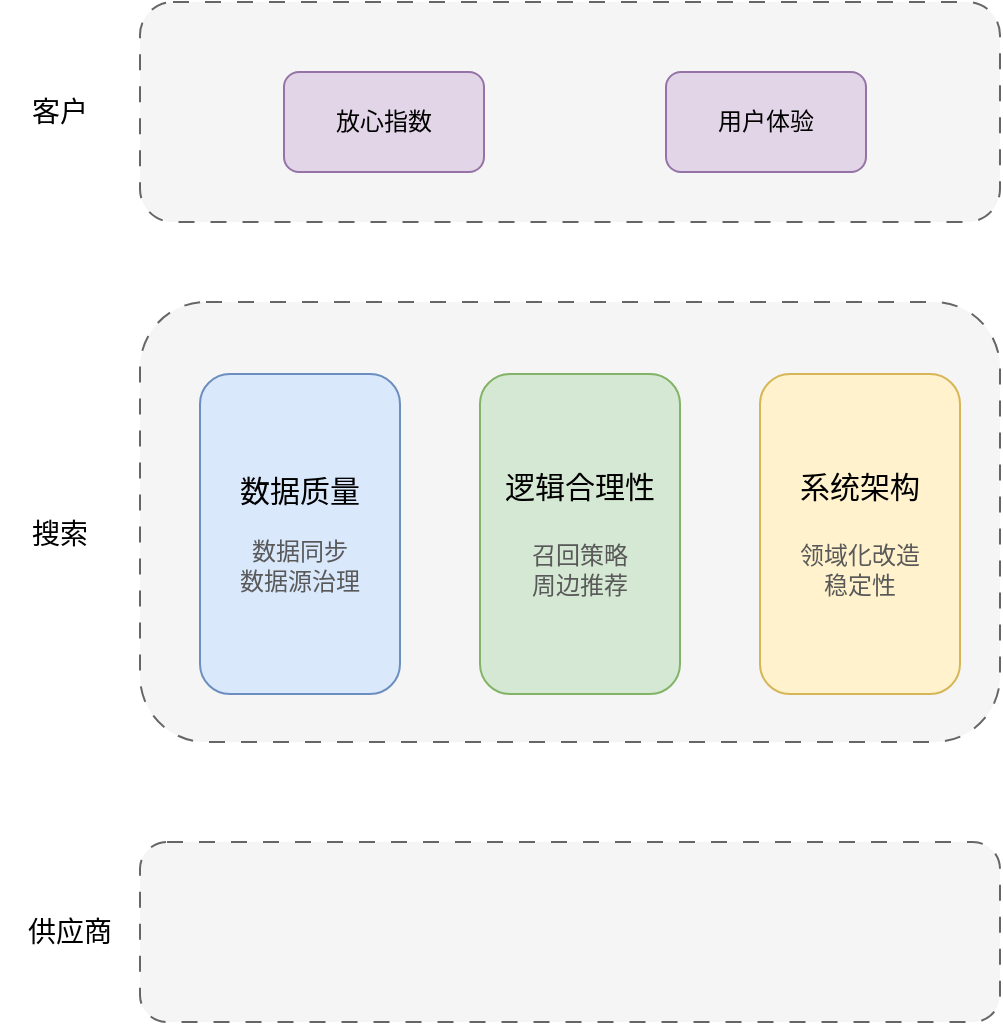
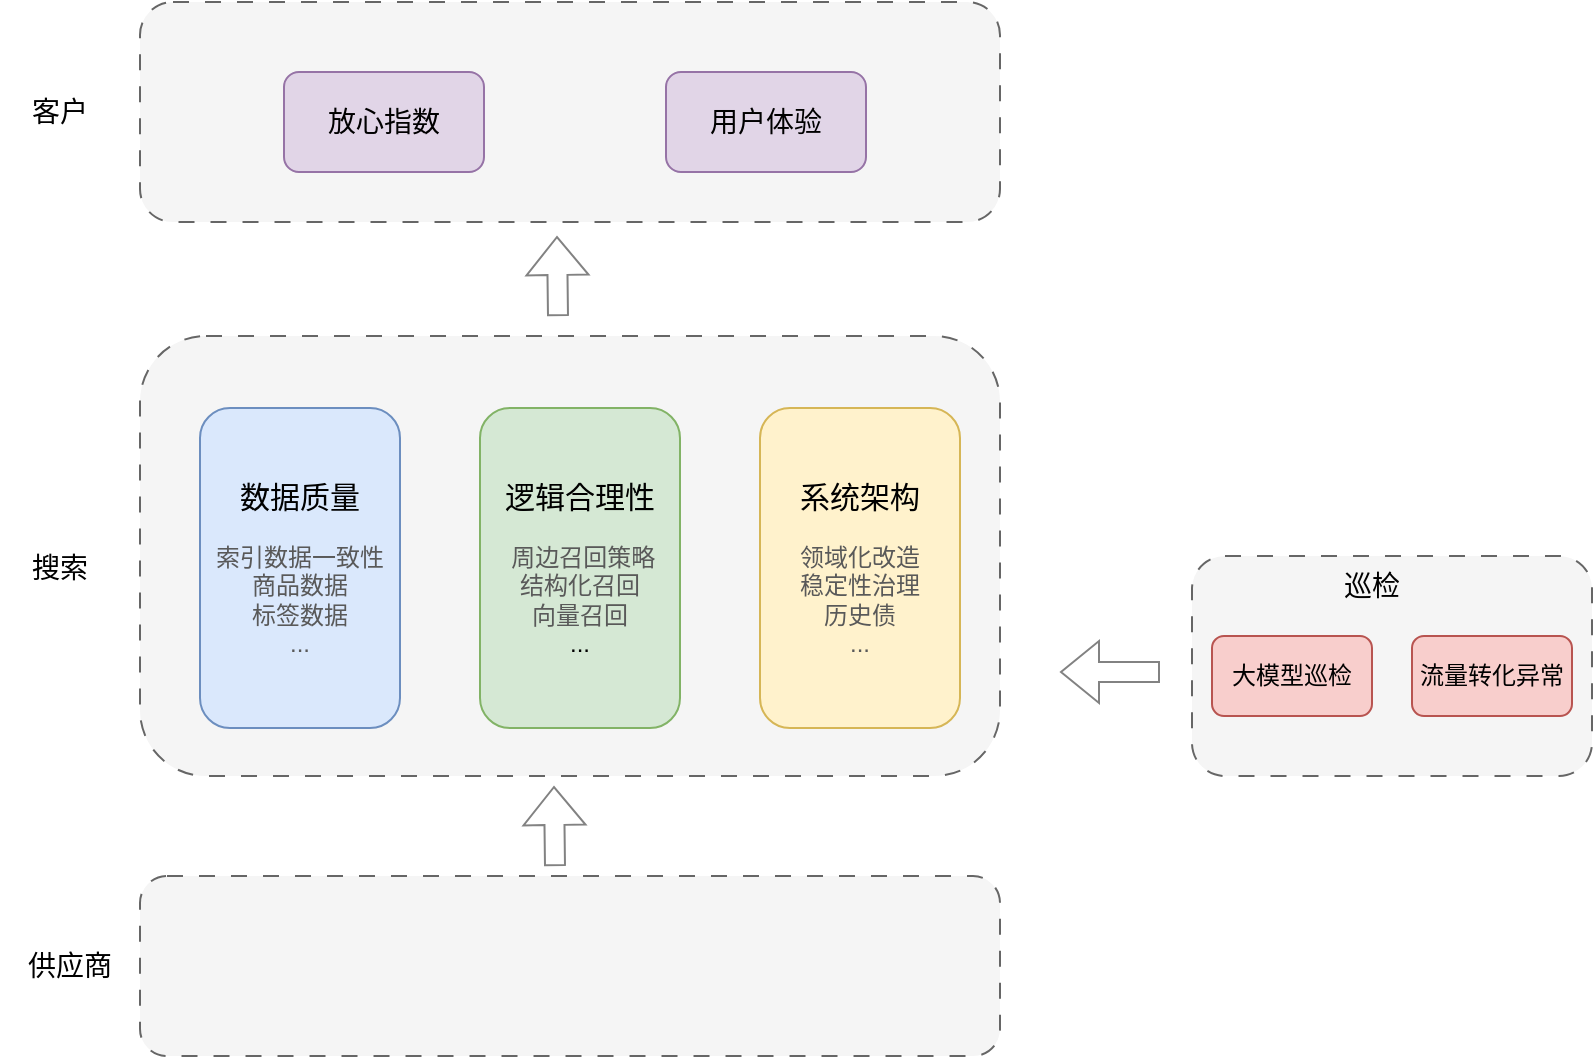
<mxfile host="app.diagrams.net">
  <diagram name="Page-1" id="1cR07LBDFx1RoSJZ6Wql">
    <mxGraphModel dx="1414" dy="743" grid="1" gridSize="10" guides="1" tooltips="1" connect="1" arrows="1" fold="1" page="1" pageScale="1" pageWidth="850" pageHeight="1100" math="0" shadow="0">
      <root>
        <mxCell id="0" />
        <mxCell id="1" parent="0" />
        <mxCell id="Adaqf0mwLsDgr5pI4iPU-1" parent="1" style="rounded=1;whiteSpace=wrap;html=1;dashed=1;dashPattern=8 8;fillColor=#f5f5f5;fontColor=#333333;strokeColor=#666666;" value="" vertex="1">
-           <mxGeometry height="110" width="430" x="80" y="40" as="geometry" />
+           <mxGeometry height="110" width="430" x="80" y="23" as="geometry" />
        </mxCell>
        <mxCell id="Adaqf0mwLsDgr5pI4iPU-2" parent="1" style="text;html=1;whiteSpace=wrap;strokeColor=none;fillColor=none;align=center;verticalAlign=middle;rounded=0;fontSize=14;" value="客户" vertex="1">
-           <mxGeometry height="30" width="60" x="10" y="80" as="geometry" />
+           <mxGeometry height="30" width="60" x="10" y="63" as="geometry" />
        </mxCell>
        <mxCell id="Adaqf0mwLsDgr5pI4iPU-3" parent="1" style="rounded=1;whiteSpace=wrap;html=1;dashed=1;dashPattern=8 8;fillColor=#f5f5f5;fontColor=#333333;strokeColor=#666666;" value="" vertex="1">
          <mxGeometry height="220" width="430" x="80" y="190" as="geometry" />
        </mxCell>
        <mxCell id="Adaqf0mwLsDgr5pI4iPU-4" parent="1" style="rounded=1;whiteSpace=wrap;html=1;dashed=1;dashPattern=8 8;fillColor=#f5f5f5;fontColor=#333333;strokeColor=#666666;" value="" vertex="1">
          <mxGeometry height="90" width="430" x="80" y="460" as="geometry" />
        </mxCell>
        <mxCell id="Adaqf0mwLsDgr5pI4iPU-5" parent="1" style="text;html=1;whiteSpace=wrap;strokeColor=none;fillColor=none;align=center;verticalAlign=middle;rounded=0;fontSize=14;" value="供应商" vertex="1">
          <mxGeometry height="30" width="60" x="15" y="490" as="geometry" />
        </mxCell>
-         <mxCell id="Adaqf0mwLsDgr5pI4iPU-6" parent="1" style="rounded=1;whiteSpace=wrap;html=1;fillColor=#dae8fc;strokeColor=#6c8ebf;" value="&lt;font style=&quot;font-size: 15px;&quot;&gt;数据质量&lt;/font&gt;&lt;div&gt;&lt;br&gt;&lt;/div&gt;&lt;div&gt;&lt;span style=&quot;color: rgb(89, 89, 89);&quot;&gt;数据同步&lt;/span&gt;&lt;/div&gt;&lt;div&gt;&lt;span style=&quot;color: rgb(89, 89, 89);&quot;&gt;数据源治理&lt;/span&gt;&lt;/div&gt;" vertex="1">
+         <mxCell id="Adaqf0mwLsDgr5pI4iPU-6" parent="1" style="rounded=1;whiteSpace=wrap;html=1;fillColor=#dae8fc;strokeColor=#6c8ebf;" value="&lt;font style=&quot;font-size: 15px;&quot;&gt;数据质量&lt;/font&gt;&lt;div&gt;&lt;br&gt;&lt;/div&gt;&lt;div&gt;&lt;span style=&quot;color: rgb(89, 89, 89);&quot;&gt;索引数据一致性&lt;/span&gt;&lt;/div&gt;&lt;div&gt;&lt;span style=&quot;color: rgb(89, 89, 89);&quot;&gt;商品数据&lt;br&gt;标签数据&lt;/span&gt;&lt;/div&gt;&lt;div&gt;&lt;font color=&quot;#595959&quot;&gt;...&lt;/font&gt;&lt;/div&gt;" vertex="1">
          <mxGeometry height="160" width="100" x="110" y="226" as="geometry" />
        </mxCell>
-         <mxCell id="Adaqf0mwLsDgr5pI4iPU-7" parent="1" style="rounded=1;whiteSpace=wrap;html=1;fillColor=#d5e8d4;strokeColor=#82b366;" value="&lt;font style=&quot;font-size: 15px;&quot;&gt;逻辑合理性&lt;/font&gt;&lt;div&gt;&lt;font style=&quot;font-size: 15px;&quot;&gt;&lt;br&gt;&lt;/font&gt;&lt;/div&gt;&lt;div&gt;&lt;span style=&quot;color: rgb(89, 89, 89);&quot;&gt;&lt;font&gt;召回策略&lt;/font&gt;&lt;/span&gt;&lt;/div&gt;&lt;div&gt;&lt;font style=&quot;color: rgb(89, 89, 89);&quot;&gt;周边推荐&lt;/font&gt;&lt;/div&gt;" vertex="1">
+         <mxCell id="Adaqf0mwLsDgr5pI4iPU-7" parent="1" style="rounded=1;whiteSpace=wrap;html=1;fillColor=#d5e8d4;strokeColor=#82b366;" value="&lt;font style=&quot;font-size: 15px;&quot;&gt;逻辑合理性&lt;/font&gt;&lt;div&gt;&lt;br&gt;&lt;/div&gt;&lt;div&gt;&lt;span style=&quot;color: rgb(89, 89, 89);&quot;&gt;&lt;font&gt;&amp;nbsp;周边召回策略&lt;/font&gt;&lt;/span&gt;&lt;/div&gt;&lt;div&gt;&lt;font color=&quot;#595959&quot;&gt;结构化召回&lt;/font&gt;&lt;/div&gt;&lt;div&gt;&lt;font color=&quot;#595959&quot;&gt;向量召回&lt;/font&gt;&lt;/div&gt;&lt;div&gt;...&lt;/div&gt;" vertex="1">
          <mxGeometry height="160" width="100" x="250" y="226" as="geometry" />
        </mxCell>
-         <mxCell id="Adaqf0mwLsDgr5pI4iPU-8" parent="1" style="rounded=1;whiteSpace=wrap;html=1;fillColor=#fff2cc;strokeColor=#d6b656;" value="&lt;font style=&quot;font-size: 15px;&quot;&gt;系统架构&lt;/font&gt;&lt;div&gt;&lt;font style=&quot;font-size: 15px;&quot;&gt;&lt;br&gt;&lt;/font&gt;&lt;/div&gt;&lt;div&gt;&lt;font style=&quot;color: rgb(89, 89, 89);&quot;&gt;领域化改造&lt;/font&gt;&lt;/div&gt;&lt;div&gt;&lt;font style=&quot;color: rgb(89, 89, 89);&quot;&gt;稳定性&lt;/font&gt;&lt;/div&gt;" vertex="1">
+         <mxCell id="Adaqf0mwLsDgr5pI4iPU-8" parent="1" style="rounded=1;whiteSpace=wrap;html=1;fillColor=#fff2cc;strokeColor=#d6b656;" value="&lt;font style=&quot;font-size: 15px;&quot;&gt;系统架构&lt;/font&gt;&lt;div&gt;&lt;br&gt;&lt;/div&gt;&lt;div&gt;&lt;font style=&quot;color: rgb(89, 89, 89);&quot;&gt;领域化改造&lt;/font&gt;&lt;/div&gt;&lt;div&gt;&lt;font style=&quot;color: rgb(89, 89, 89);&quot;&gt;稳定性治理&lt;/font&gt;&lt;/div&gt;&lt;div&gt;&lt;font style=&quot;color: rgb(89, 89, 89);&quot;&gt;历史债&lt;/font&gt;&lt;/div&gt;&lt;div&gt;&lt;font color=&quot;#595959&quot;&gt;...&lt;/font&gt;&lt;/div&gt;" vertex="1">
          <mxGeometry height="160" width="100" x="390" y="226" as="geometry" />
        </mxCell>
        <mxCell id="Adaqf0mwLsDgr5pI4iPU-9" parent="1" style="text;html=1;whiteSpace=wrap;strokeColor=none;fillColor=none;align=center;verticalAlign=middle;rounded=0;fontSize=14;" value="搜索" vertex="1">
          <mxGeometry height="30" width="60" x="10" y="291" as="geometry" />
        </mxCell>
-         <mxCell id="Adaqf0mwLsDgr5pI4iPU-10" parent="1" style="rounded=1;whiteSpace=wrap;html=1;fillColor=#e1d5e7;strokeColor=#9673a6;" value="放心指数" vertex="1">
-           <mxGeometry height="50" width="100" x="152" y="75" as="geometry" />
+         <mxCell id="Adaqf0mwLsDgr5pI4iPU-10" parent="1" style="rounded=1;whiteSpace=wrap;html=1;fillColor=#e1d5e7;strokeColor=#9673a6;fontSize=14;" value="放心指数" vertex="1">
+           <mxGeometry height="50" width="100" x="152" y="58" as="geometry" />
        </mxCell>
-         <mxCell id="Adaqf0mwLsDgr5pI4iPU-11" parent="1" style="rounded=1;whiteSpace=wrap;html=1;fillColor=#e1d5e7;strokeColor=#9673a6;" value="用户体验" vertex="1">
-           <mxGeometry height="50" width="100" x="343" y="75" as="geometry" />
+         <mxCell id="Adaqf0mwLsDgr5pI4iPU-11" parent="1" style="rounded=1;whiteSpace=wrap;html=1;fillColor=#e1d5e7;strokeColor=#9673a6;fontSize=14;" value="用户体验" vertex="1">
+           <mxGeometry height="50" width="100" x="343" y="58" as="geometry" />
+         </mxCell>
+         <mxCell id="ID8xOawOgji8Wly3PIcA-1" parent="1" style="rounded=1;whiteSpace=wrap;html=1;dashed=1;dashPattern=8 8;fillColor=#f5f5f5;fontColor=#333333;strokeColor=#666666;" value="" vertex="1">
+           <mxGeometry height="110" width="200" x="606" y="300" as="geometry" />
+         </mxCell>
+         <mxCell id="ID8xOawOgji8Wly3PIcA-3" parent="1" style="text;html=1;whiteSpace=wrap;strokeColor=none;fillColor=none;align=center;verticalAlign=middle;rounded=0;fontSize=14;" value="巡检" vertex="1">
+           <mxGeometry height="30" width="60" x="666" y="300" as="geometry" />
+         </mxCell>
+         <mxCell id="ID8xOawOgji8Wly3PIcA-4" parent="1" style="rounded=1;whiteSpace=wrap;html=1;fillColor=#f8cecc;strokeColor=#b85450;" value="大模型巡检" vertex="1">
+           <mxGeometry height="40" width="80" x="616" y="340" as="geometry" />
+         </mxCell>
+         <mxCell id="ID8xOawOgji8Wly3PIcA-5" parent="1" style="rounded=1;whiteSpace=wrap;html=1;fillColor=#f8cecc;strokeColor=#b85450;" value="流量转化异常" vertex="1">
+           <mxGeometry height="40" width="80" x="716" y="340" as="geometry" />
+         </mxCell>
+         <mxCell id="ID8xOawOgji8Wly3PIcA-7" edge="1" parent="1" style="shape=flexArrow;endArrow=classic;html=1;rounded=0;strokeColor=#828282;" value="">
+           <mxGeometry height="50" relative="1" width="50" as="geometry">
+             <mxPoint x="289" y="180" as="sourcePoint" />
+             <mxPoint x="288.5" y="140" as="targetPoint" />
+           </mxGeometry>
+         </mxCell>
+         <mxCell id="ID8xOawOgji8Wly3PIcA-8" edge="1" parent="1" style="shape=flexArrow;endArrow=classic;html=1;rounded=0;strokeColor=#828282;" value="">
+           <mxGeometry height="50" relative="1" width="50" as="geometry">
+             <mxPoint x="287.5" y="455" as="sourcePoint" />
+             <mxPoint x="287" y="415" as="targetPoint" />
+           </mxGeometry>
+         </mxCell>
+         <mxCell id="ID8xOawOgji8Wly3PIcA-9" edge="1" parent="1" style="shape=flexArrow;endArrow=classic;html=1;rounded=0;strokeColor=#828282;" value="">
+           <mxGeometry height="50" relative="1" width="50" as="geometry">
+             <mxPoint x="590" y="358" as="sourcePoint" />
+             <mxPoint x="540" y="358" as="targetPoint" />
+           </mxGeometry>
        </mxCell>
      </root>
    </mxGraphModel>
  </diagram>
</mxfile>
